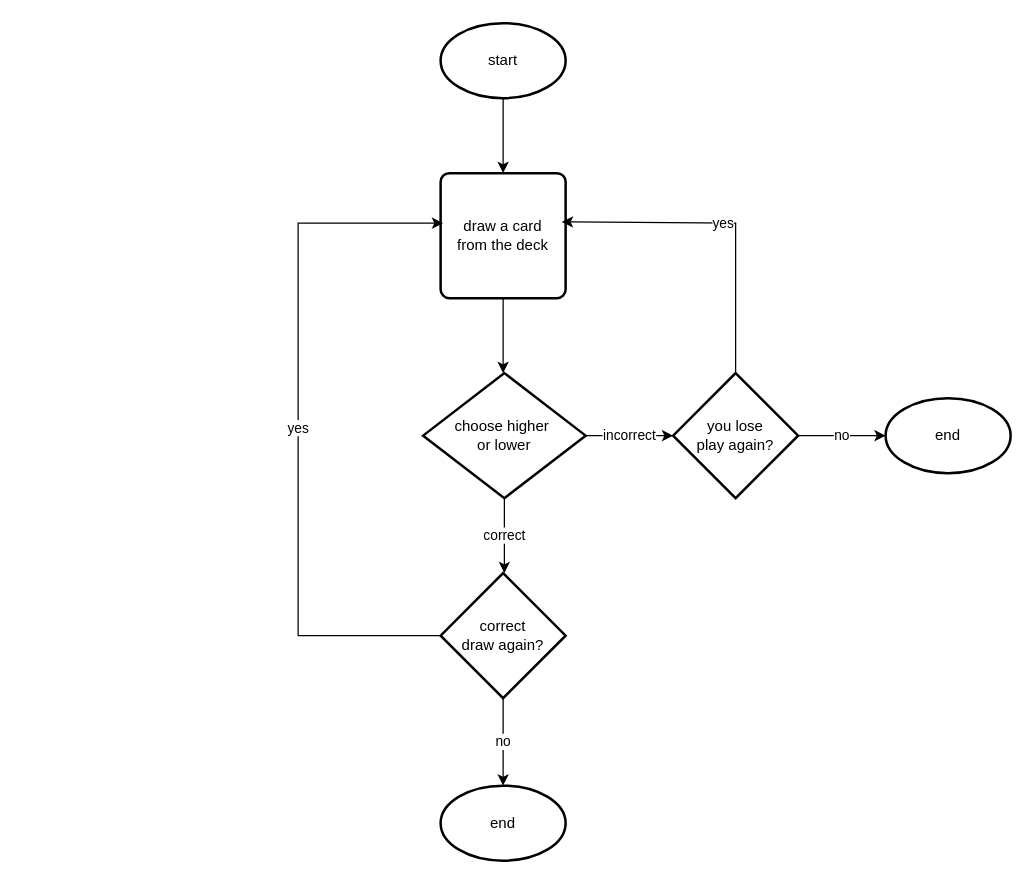
The draw.io diagram higher or lower.drawio in James192039/higher-or-lower, before the edit. Source tidied: cells renumbered, new cells numbered last; positions are measured from the earlier drawing's top-left corner, leaving out a move shared by most shapes. Both pictures are drawn from the tidied source at 125%, with x=0, y=0 at pixel (298, 22).
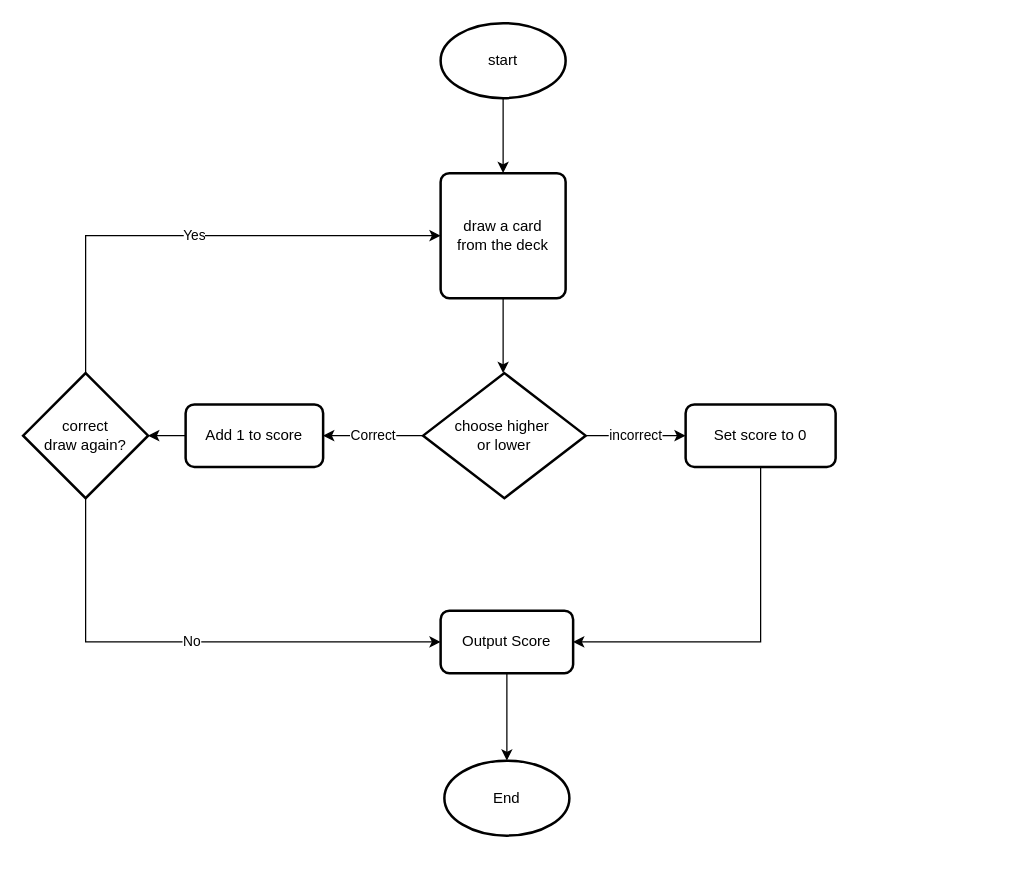
The same diagram, later.

The change refers to these unchanged cells:
```xml
<mxCell id="5" value="draw a card&lt;div&gt;from the deck&lt;/div&gt;" style="rounded=1;whiteSpace=wrap;html=1;absoluteArcSize=1;arcSize=14;strokeWidth=2;" parent="1" vertex="1">
  <mxGeometry x="114" y="120" width="100" height="100" as="geometry" />
</mxCell>
<mxCell id="8" value="choose higher&amp;nbsp;&lt;div&gt;or lower&lt;/div&gt;" style="strokeWidth=2;html=1;shape=mxgraph.flowchart.decision;whiteSpace=wrap;" parent="1" vertex="1">
  <mxGeometry x="100" y="280" width="130" height="100" as="geometry" />
</mxCell>
```

Diff of the diagram source:
```diff
@@
-    <mxCell id="6" value="correct" style="edgeStyle=orthogonalEdgeStyle;rounded=0;jettySize=auto;html=1;exitX=0.5;exitY=1;exitDx=0;exitDy=0;exitPerimeter=0;" parent="1" edge="1" source="8">
-      <mxGeometry relative="1" as="geometry">
-        <mxPoint x="165" y="440" as="targetPoint" />
-      </mxGeometry>
-    </mxCell>
-    <mxCell id="7" value="incorrect" style="edgeStyle=orthogonalEdgeStyle;rounded=0;jettySize=auto;html=1;exitX=1;exitY=0.5;exitDx=0;exitDy=0;exitPerimeter=0;" parent="1" edge="1" source="8">
-      <mxGeometry relative="1" as="geometry">
-        <mxPoint x="300" y="330" as="targetPoint" />
-      </mxGeometry>
+    <mxCell id="7" value="incorrect" style="edgeStyle=orthogonalEdgeStyle;rounded=0;jettySize=auto;html=1;exitX=1;exitY=0.5;exitDx=0;exitDy=0;exitPerimeter=0;entryX=0;entryY=0.5;entryDx=0;entryDy=0;" parent="1" edge="1" source="8" target="20">
+      <mxGeometry relative="1" as="geometry" />
     </mxCell>
+    <mxCell id="18" value="Correct" style="edgeStyle=orthogonalEdgeStyle;rounded=0;jettySize=auto;html=1;entryX=1;entryY=0.5;entryDx=0;entryDy=0;" parent="1" edge="1" source="8" target="22">
+      <mxGeometry relative="1" as="geometry" />
+    </mxCell>
@@
-    <mxCell id="10" value="no" style="edgeStyle=orthogonalEdgeStyle;rounded=0;jettySize=auto;html=1;exitX=1;exitY=0.5;exitDx=0;exitDy=0;exitPerimeter=0;" parent="1" edge="1" source="12">
-      <mxGeometry relative="1" as="geometry">
-        <mxPoint x="470" y="330" as="targetPoint" />
-      </mxGeometry>
-    </mxCell>
-    <mxCell id="11" value="yes" style="edgeStyle=orthogonalEdgeStyle;rounded=0;jettySize=auto;html=1;entryX=0.97;entryY=0.39;entryDx=0;entryDy=0;entryPerimeter=0;" parent="1" edge="1" source="12" target="5">
-      <mxGeometry relative="1" as="geometry">
-        <Array as="points">
-          <mxPoint x="350" y="160" />
-        </Array>
-      </mxGeometry>
-    </mxCell>
-    <mxCell id="12" value="you lose&lt;div&gt;play again?&lt;/div&gt;" style="strokeWidth=2;html=1;shape=mxgraph.flowchart.decision;whiteSpace=wrap;" parent="1" vertex="1">
-      <mxGeometry x="300" y="280" width="100" height="100" as="geometry" />
-    </mxCell>
-    <mxCell id="13" value="end" style="strokeWidth=2;html=1;shape=mxgraph.flowchart.start_1;whiteSpace=wrap;" parent="1" vertex="1">
-      <mxGeometry x="470" y="300" width="100" height="60" as="geometry" />
-    </mxCell>
+    <mxCell id="19" style="edgeStyle=orthogonalEdgeStyle;rounded=0;jettySize=auto;html=1;exitX=0.5;exitY=1;exitDx=0;exitDy=0;entryX=1;entryY=0.5;entryDx=0;entryDy=0;" parent="1" edge="1" source="20" target="21">
+      <mxGeometry relative="1" as="geometry" />
+    </mxCell>
+    <mxCell id="20" value="Set score to 0" style="rounded=1;whiteSpace=wrap;html=1;absoluteArcSize=1;arcSize=14;strokeWidth=2;" parent="1" vertex="1">
+      <mxGeometry x="310" y="305" width="120" height="50" as="geometry" />
+    </mxCell>
+    <mxCell id="21" value="Output Score" style="rounded=1;whiteSpace=wrap;html=1;absoluteArcSize=1;arcSize=14;strokeWidth=2;" parent="1" vertex="1">
+      <mxGeometry x="114" y="470" width="106" height="50" as="geometry" />
+    </mxCell>
+    <mxCell id="22" value="Add 1 to score" style="rounded=1;whiteSpace=wrap;html=1;absoluteArcSize=1;arcSize=14;strokeWidth=2;" parent="1" vertex="1">
+      <mxGeometry x="-90" y="305" width="110" height="50" as="geometry" />
+    </mxCell>
+    <mxCell id="23" value="End" style="strokeWidth=2;html=1;shape=mxgraph.flowchart.start_1;whiteSpace=wrap;" parent="1" vertex="1">
+      <mxGeometry x="117" y="590" width="100" height="60" as="geometry" />
+    </mxCell>
+    <mxCell id="24" style="edgeStyle=orthogonalEdgeStyle;rounded=0;jettySize=auto;html=1;exitX=0.5;exitY=1;exitDx=0;exitDy=0;entryX=0.5;entryY=0;entryDx=0;entryDy=0;entryPerimeter=0;" parent="1" edge="1" source="21" target="23">
+      <mxGeometry relative="1" as="geometry" />
+    </mxCell>
-    <mxCell id="14" value="yes" style="edgeStyle=orthogonalEdgeStyle;rounded=0;jettySize=auto;html=1;entryX=0.02;entryY=0.4;entryDx=0;entryDy=0;entryPerimeter=0;" parent="1" edge="1" source="16" target="5">
-      <mxGeometry relative="1" as="geometry">
-        <Array as="points">
-          <mxPoint y="490" />
-          <mxPoint y="160" />
-        </Array>
-      </mxGeometry>
+    <mxCell id="14" value="Yes" style="edgeStyle=orthogonalEdgeStyle;rounded=0;jettySize=auto;html=1;exitX=0.5;exitY=0;exitDx=0;exitDy=0;exitPerimeter=0;entryX=0;entryY=0.5;entryDx=0;entryDy=0;" parent="1" edge="1" source="16" target="5">
+      <mxGeometry relative="1" as="geometry" />
     </mxCell>
-    <mxCell id="15" value="no" style="edgeStyle=orthogonalEdgeStyle;rounded=0;jettySize=auto;html=1;" parent="1" edge="1" source="16">
-      <mxGeometry relative="1" as="geometry">
-        <mxPoint x="164" y="610" as="targetPoint" />
-      </mxGeometry>
-    </mxCell>
+    <mxCell id="25" value="No" style="edgeStyle=orthogonalEdgeStyle;rounded=0;jettySize=auto;html=1;exitX=0.5;exitY=1;exitDx=0;exitDy=0;exitPerimeter=0;entryX=0;entryY=0.5;entryDx=0;entryDy=0;" parent="1" edge="1" source="16" target="21">
+      <mxGeometry relative="1" as="geometry" />
+    </mxCell>
     <mxCell id="16" value="correct&lt;div&gt;draw again?&lt;/div&gt;" style="strokeWidth=2;html=1;shape=mxgraph.flowchart.decision;whiteSpace=wrap;" parent="1" vertex="1">
-      <mxGeometry x="114" y="440" width="100" height="100" as="geometry" />
+      <mxGeometry x="-220" y="280" width="100" height="100" as="geometry" />
     </mxCell>
-    <mxCell id="17" value="end" style="strokeWidth=2;html=1;shape=mxgraph.flowchart.start_1;whiteSpace=wrap;" parent="1" vertex="1">
-      <mxGeometry x="114" y="610" width="100" height="60" as="geometry" />
-    </mxCell>
+    <mxCell id="26" style="edgeStyle=orthogonalEdgeStyle;rounded=0;jettySize=auto;html=1;exitX=0;exitY=0.5;exitDx=0;exitDy=0;entryX=1;entryY=0.5;entryDx=0;entryDy=0;entryPerimeter=0;" parent="1" edge="1" source="22" target="16">
+      <mxGeometry relative="1" as="geometry" />
+    </mxCell>
```
